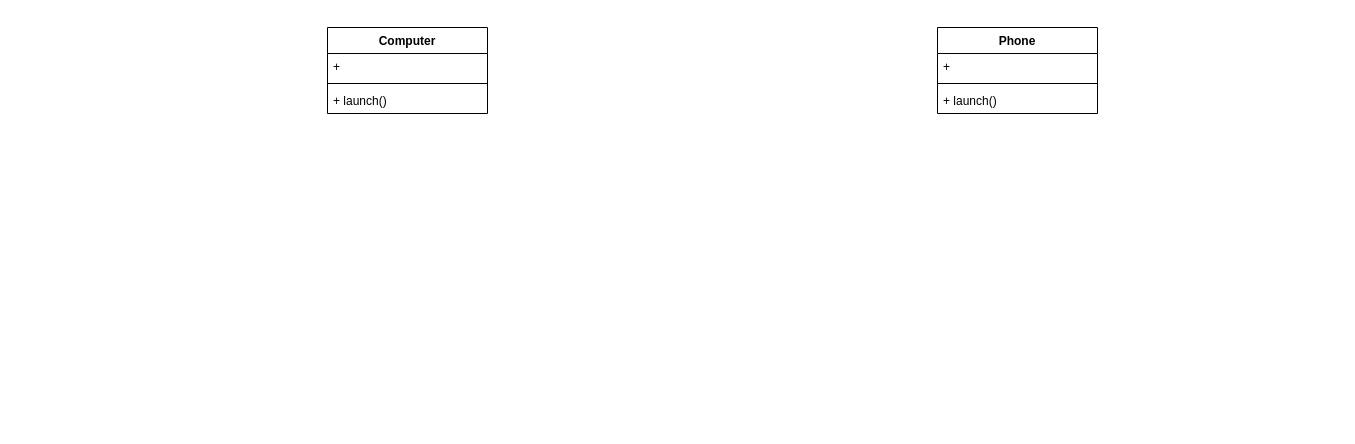
Above: 设计模式/C语言设计模式/抽象工厂模式.drawio in zhouyuming/MyNotes (draw.io), before the change. Source tidied: cells renumbered, new cells numbered last; positions are measured from the earlier drawing's top-left corner, leaving out a move shared by most shapes. Both pictures are drawn from the tidied source at 100%, with x=0, y=0 at pixel (327, 27).
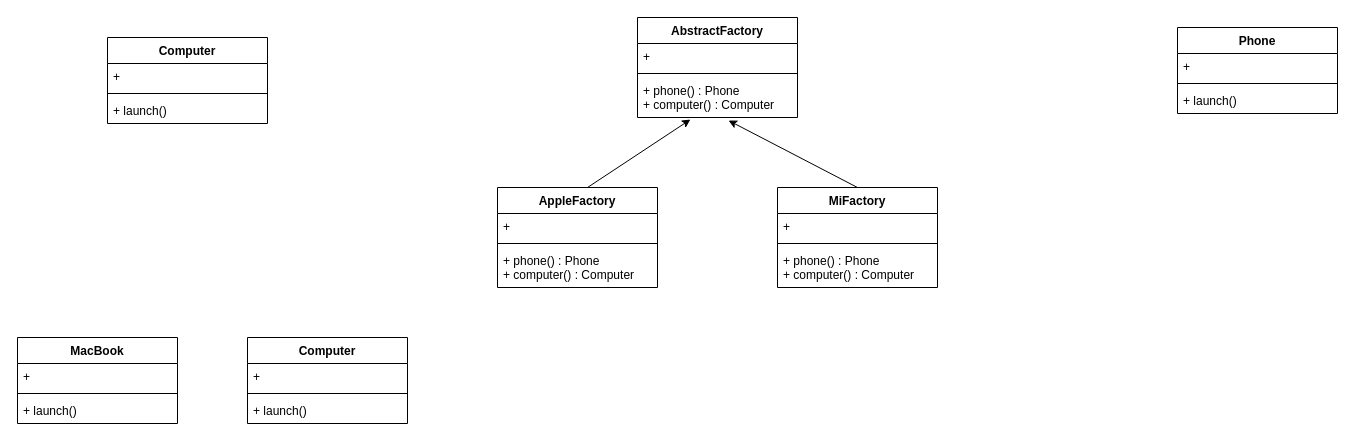
The same diagram, later.

Commit message (it also covers changes not shown here):
更新抽象工厂模式.drawio

Diff of the diagram source:
```diff
@@
-    <mxCell id="2" value="Computer" style="swimlane;fontStyle=1;align=center;verticalAlign=top;horizontal=1;startSize=26;whiteSpace=wrap;html=1;" parent="1" vertex="1">
-      <mxGeometry width="160" height="86" as="geometry" />
+    <mxCell id="2" value="MacBook" style="swimlane;fontStyle=1;align=center;verticalAlign=top;horizontal=1;startSize=26;whiteSpace=wrap;html=1;" parent="1" vertex="1">
+      <mxGeometry x="-310" y="310" width="160" height="86" as="geometry" />
     </mxCell>
@@
     <mxCell id="6" value="Phone" style="swimlane;fontStyle=1;align=center;verticalAlign=top;horizontal=1;startSize=26;whiteSpace=wrap;html=1;" parent="1" vertex="1">
-      <mxGeometry x="610" width="160" height="86" as="geometry" />
+      <mxGeometry x="850" width="160" height="86" as="geometry" />
     </mxCell>
@@
+    <mxCell id="10" value="AbstractFactory" style="swimlane;fontStyle=1;align=center;verticalAlign=top;horizontal=1;startSize=26;whiteSpace=wrap;html=1;" parent="1" vertex="1">
+      <mxGeometry x="310" y="-10" width="160" height="100" as="geometry" />
+    </mxCell>
+    <mxCell id="11" value="+&amp;nbsp;" style="text;strokeColor=none;fillColor=none;align=left;verticalAlign=top;spacingLeft=4;spacingRight=4;overflow=hidden;whiteSpace=wrap;html=1;" parent="10" vertex="1">
+      <mxGeometry y="26" width="160" height="26" as="geometry" />
+    </mxCell>
+    <mxCell id="12" style="line;strokeWidth=1;fillColor=none;align=left;verticalAlign=middle;spacingTop=-1;spacingLeft=3;spacingRight=3;labelPosition=right;strokeColor=inherit;" parent="10" vertex="1">
+      <mxGeometry y="52" width="160" height="8" as="geometry" />
+    </mxCell>
+    <mxCell id="13" value="+ phone() : Phone&lt;div&gt;+ computer() : Computer&lt;/div&gt;" style="text;strokeColor=none;fillColor=none;align=left;verticalAlign=top;spacingLeft=4;spacingRight=4;overflow=hidden;points=[[0,0.5],[1,0.5]];portConstraint=eastwest;whiteSpace=wrap;html=1;" parent="10" vertex="1">
+      <mxGeometry y="60" width="160" height="40" as="geometry" />
+    </mxCell>
+    <mxCell id="14" value="AppleFactory" style="swimlane;fontStyle=1;align=center;verticalAlign=top;horizontal=1;startSize=26;whiteSpace=wrap;html=1;" parent="1" vertex="1">
+      <mxGeometry x="170" y="160" width="160" height="100" as="geometry" />
+    </mxCell>
+    <mxCell id="15" value="+&amp;nbsp;" style="text;strokeColor=none;fillColor=none;align=left;verticalAlign=top;spacingLeft=4;spacingRight=4;overflow=hidden;whiteSpace=wrap;html=1;" parent="14" vertex="1">
+      <mxGeometry y="26" width="160" height="26" as="geometry" />
+    </mxCell>
+    <mxCell id="16" style="line;strokeWidth=1;fillColor=none;align=left;verticalAlign=middle;spacingTop=-1;spacingLeft=3;spacingRight=3;labelPosition=right;strokeColor=inherit;" parent="14" vertex="1">
+      <mxGeometry y="52" width="160" height="8" as="geometry" />
+    </mxCell>
+    <mxCell id="17" value="+ phone() : Phone&lt;div&gt;+ computer() : Computer&lt;/div&gt;" style="text;strokeColor=none;fillColor=none;align=left;verticalAlign=top;spacingLeft=4;spacingRight=4;overflow=hidden;whiteSpace=wrap;html=1;" parent="14" vertex="1">
+      <mxGeometry y="60" width="160" height="40" as="geometry" />
+    </mxCell>
+    <mxCell id="18" value="MiFactory" style="swimlane;fontStyle=1;align=center;verticalAlign=top;horizontal=1;startSize=26;whiteSpace=wrap;html=1;" parent="1" vertex="1">
+      <mxGeometry x="450" y="160" width="160" height="100" as="geometry" />
+    </mxCell>
+    <mxCell id="19" value="+&amp;nbsp;" style="text;strokeColor=none;fillColor=none;align=left;verticalAlign=top;spacingLeft=4;spacingRight=4;overflow=hidden;whiteSpace=wrap;html=1;" parent="18" vertex="1">
+      <mxGeometry y="26" width="160" height="26" as="geometry" />
+    </mxCell>
+    <mxCell id="20" style="line;strokeWidth=1;fillColor=none;align=left;verticalAlign=middle;spacingTop=-1;spacingLeft=3;spacingRight=3;labelPosition=right;strokeColor=inherit;" parent="18" vertex="1">
+      <mxGeometry y="52" width="160" height="8" as="geometry" />
+    </mxCell>
+    <mxCell id="21" value="+ phone() : Phone&lt;div&gt;+ computer() : Computer&lt;/div&gt;" style="text;strokeColor=none;fillColor=none;align=left;verticalAlign=top;spacingLeft=4;spacingRight=4;overflow=hidden;whiteSpace=wrap;html=1;" parent="18" vertex="1">
+      <mxGeometry y="60" width="160" height="40" as="geometry" />
+    </mxCell>
+    <mxCell id="22" style="endArrow=classic;html=1;rounded=0;entryX=0.331;entryY=1.05;entryDx=0;entryDy=0;entryPerimeter=0;" parent="1" edge="1" target="13">
+      <mxGeometry relative="1" as="geometry">
+        <mxPoint x="260" y="160" as="sourcePoint" />
+      </mxGeometry>
+    </mxCell>
+    <mxCell id="23" style="endArrow=classic;html=1;rounded=0;entryX=0.569;entryY=1.075;entryDx=0;entryDy=0;entryPerimeter=0;" parent="1" edge="1" target="13">
+      <mxGeometry relative="1" as="geometry">
+        <mxPoint x="530" y="160" as="sourcePoint" />
+      </mxGeometry>
+    </mxCell>
+    <mxCell id="24" value="Computer" style="swimlane;fontStyle=1;align=center;verticalAlign=top;horizontal=1;startSize=26;whiteSpace=wrap;html=1;" parent="1" vertex="1">
+      <mxGeometry x="-220" y="10" width="160" height="86" as="geometry" />
+    </mxCell>
+    <mxCell id="25" value="+&amp;nbsp;" style="text;strokeColor=none;fillColor=none;align=left;verticalAlign=top;spacingLeft=4;spacingRight=4;overflow=hidden;whiteSpace=wrap;html=1;" parent="24" vertex="1">
+      <mxGeometry y="26" width="160" height="26" as="geometry" />
+    </mxCell>
+    <mxCell id="26" style="line;strokeWidth=1;fillColor=none;align=left;verticalAlign=middle;spacingTop=-1;spacingLeft=3;spacingRight=3;labelPosition=right;strokeColor=inherit;" parent="24" vertex="1">
+      <mxGeometry y="52" width="160" height="8" as="geometry" />
+    </mxCell>
+    <mxCell id="27" value="+ launch()" style="text;strokeColor=none;fillColor=none;align=left;verticalAlign=top;spacingLeft=4;spacingRight=4;overflow=hidden;whiteSpace=wrap;html=1;" parent="24" vertex="1">
+      <mxGeometry y="60" width="160" height="26" as="geometry" />
+    </mxCell>
+    <mxCell id="28" value="Computer" style="swimlane;fontStyle=1;align=center;verticalAlign=top;horizontal=1;startSize=26;whiteSpace=wrap;html=1;" parent="1" vertex="1">
+      <mxGeometry x="-80" y="310" width="160" height="86" as="geometry" />
+    </mxCell>
+    <mxCell id="29" value="+&amp;nbsp;" style="text;strokeColor=none;fillColor=none;align=left;verticalAlign=top;spacingLeft=4;spacingRight=4;overflow=hidden;whiteSpace=wrap;html=1;" parent="28" vertex="1">
+      <mxGeometry y="26" width="160" height="26" as="geometry" />
+    </mxCell>
+    <mxCell id="30" style="line;strokeWidth=1;fillColor=none;align=left;verticalAlign=middle;spacingTop=-1;spacingLeft=3;spacingRight=3;labelPosition=right;strokeColor=inherit;" parent="28" vertex="1">
+      <mxGeometry y="52" width="160" height="8" as="geometry" />
+    </mxCell>
+    <mxCell id="31" value="+ launch()" style="text;strokeColor=none;fillColor=none;align=left;verticalAlign=top;spacingLeft=4;spacingRight=4;overflow=hidden;whiteSpace=wrap;html=1;" parent="28" vertex="1">
+      <mxGeometry y="60" width="160" height="26" as="geometry" />
+    </mxCell>
```
